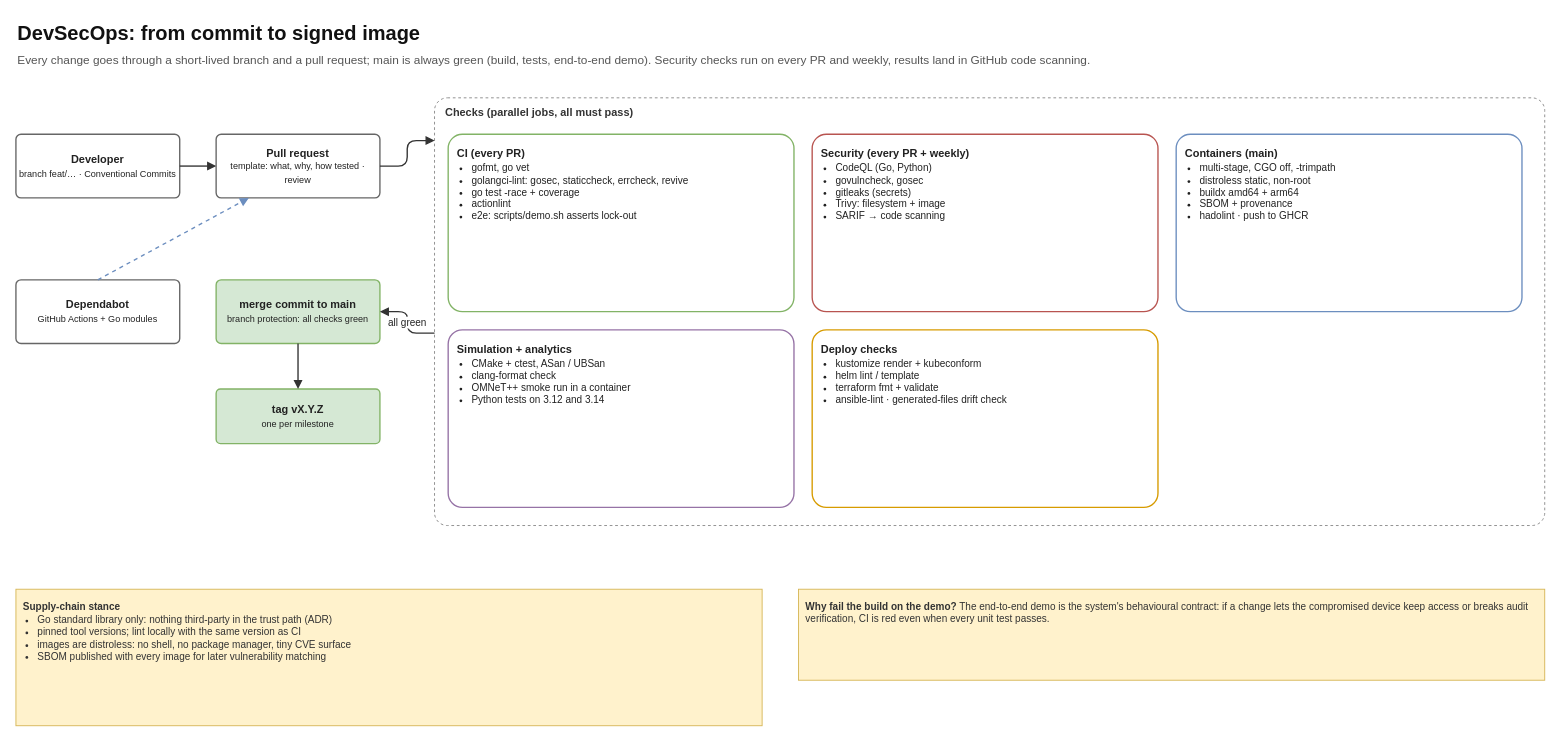
philipfleischer/zero-trust-continuum keeps this draw.io diagram as Docs/diagrams/16-devsecops-pipeline.drawio. Above is the earlier version. Source tidied: cells renumbered, new cells numbered last; positions are measured from the earlier drawing's top-left corner, leaving out a move shared by most shapes. Both pictures are drawn from the tidied source at 91%, with x=0, y=0 at pixel (15, 15).
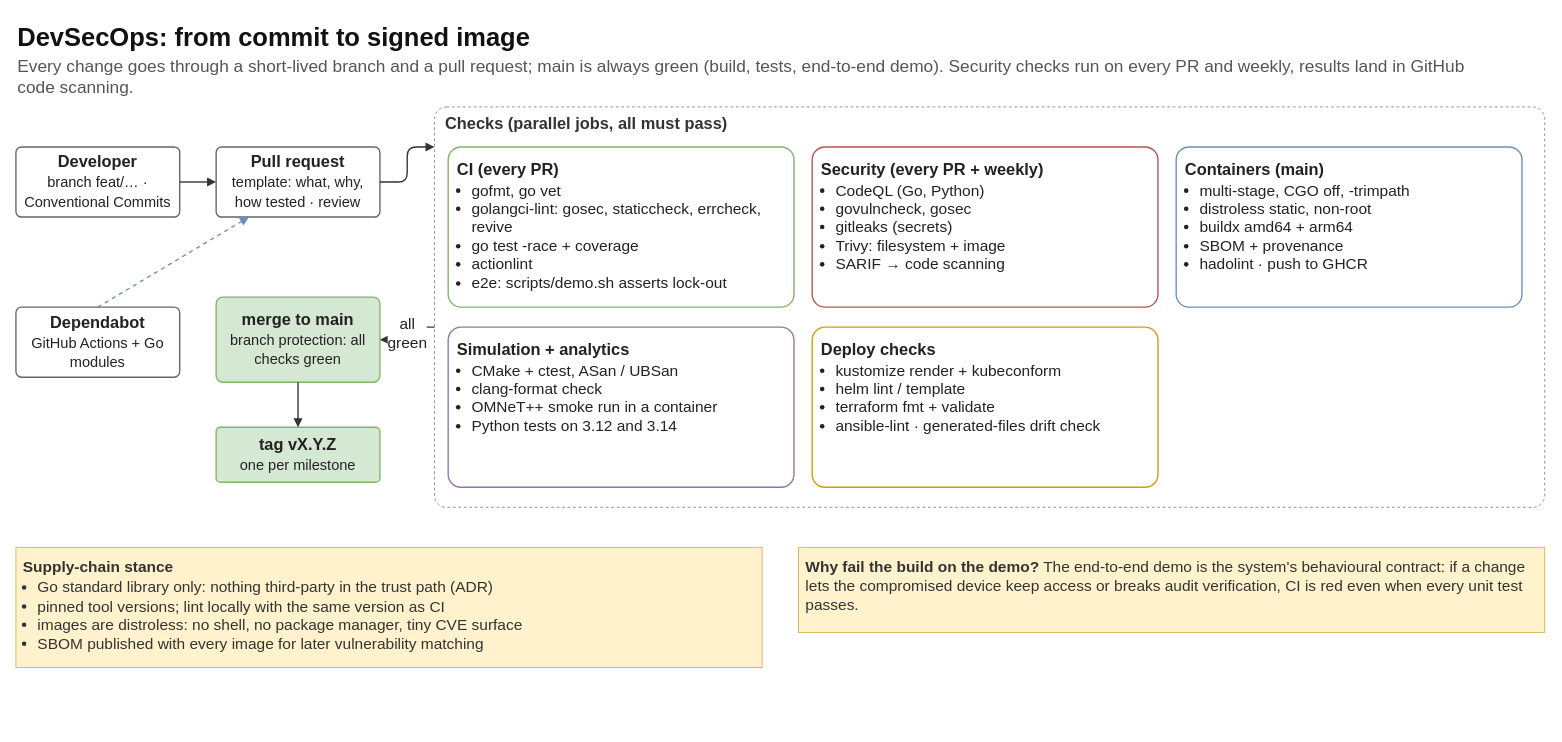
After the change.

Change to the diagram source:
```diff
@@
-    <mxCell id="2" value="DevSecOps: from commit to signed image" style="whiteSpace=wrap;html=1;fontFamily=Helvetica;text;align=left;verticalAlign=top;fontSize=22;fontStyle=1;fontColor=#111111;" parent="1" vertex="1">
-      <mxGeometry width="1600" height="32" as="geometry" />
+    <mxCell id="2" value="DevSecOps: from commit to signed image" style="whiteSpace=wrap;html=1;fontFamily=Helvetica;text;align=left;verticalAlign=top;fontSize=28;fontStyle=1;fontColor=#111111;" parent="1" vertex="1">
+      <mxGeometry y="1" width="1600" height="35.2" as="geometry" />
     </mxCell>
-    <mxCell id="3" value="Every change goes through a short-lived branch and a pull request; main is always green (build, tests, end-to-end demo). Security checks run on every PR and weekly, results land in GitHub code scanning." style="whiteSpace=wrap;html=1;fontFamily=Helvetica;text;align=left;verticalAlign=top;fontSize=13;fontColor=#555555;" parent="1" vertex="1">
-      <mxGeometry y="34" width="1600" height="34" as="geometry" />
+    <mxCell id="3" value="Every change goes through a short-lived branch and a pull request; main is always green (build, tests, end-to-end demo). Security checks run on every PR and weekly, results land in GitHub code scanning." style="whiteSpace=wrap;html=1;fontFamily=Helvetica;text;align=left;verticalAlign=top;fontSize=19;fontColor=#555555;" parent="1" vertex="1">
+      <mxGeometry y="38.4" width="1600" height="37.4" as="geometry" />
     </mxCell>
-    <mxCell id="4" value="&lt;b&gt;Developer&lt;/b&gt;&lt;br&gt;&lt;span style=&quot;font-size:10px&quot;&gt;branch feat/… · Conventional Commits&lt;/span&gt;" style="whiteSpace=wrap;html=1;fontFamily=Helvetica;rounded=1;arcSize=8;fillColor=#ffffff;strokeColor=#666666;strokeWidth=1.5;fontSize=12;fontColor=#222222;verticalAlign=middle;spacing=4;" parent="1" vertex="1">
-      <mxGeometry y="130" width="180" height="70" as="geometry" />
+    <mxCell id="4" value="&lt;b&gt;Developer&lt;/b&gt;&lt;br&gt;&lt;span style=&quot;font-size:16px&quot;&gt;branch feat/… · Conventional Commits&lt;/span&gt;" style="whiteSpace=wrap;html=1;fontFamily=Helvetica;rounded=1;arcSize=8;fillColor=#ffffff;strokeColor=#666666;strokeWidth=1.5;fontSize=18;fontColor=#222222;verticalAlign=middle;spacing=4;" parent="1" vertex="1">
+      <mxGeometry y="144" width="180" height="77" as="geometry" />
     </mxCell>
-    <mxCell id="5" value="&lt;b&gt;Pull request&lt;/b&gt;&lt;br&gt;&lt;span style=&quot;font-size:10px&quot;&gt;template: what, why, how tested · review&lt;/span&gt;" style="whiteSpace=wrap;html=1;fontFamily=Helvetica;rounded=1;arcSize=8;fillColor=#ffffff;strokeColor=#666666;strokeWidth=1.5;fontSize=12;fontColor=#222222;verticalAlign=middle;spacing=4;" parent="1" vertex="1">
-      <mxGeometry x="220" y="130" width="180" height="70" as="geometry" />
+    <mxCell id="5" value="&lt;b&gt;Pull request&lt;/b&gt;&lt;br&gt;&lt;span style=&quot;font-size:16px&quot;&gt;template: what, why, how tested · review&lt;/span&gt;" style="whiteSpace=wrap;html=1;fontFamily=Helvetica;rounded=1;arcSize=8;fillColor=#ffffff;strokeColor=#666666;strokeWidth=1.5;fontSize=18;fontColor=#222222;verticalAlign=middle;spacing=4;" parent="1" vertex="1">
+      <mxGeometry x="220" y="144" width="180" height="77" as="geometry" />
     </mxCell>
-    <mxCell id="6" style="html=1;endArrow=block;endFill=1;strokeWidth=1.5;fontSize=11;labelBackgroundColor=#ffffff;fontFamily=Helvetica;strokeColor=#333333;fontColor=#222222;" parent="1" edge="1" source="4" target="5">
+    <mxCell id="6" style="html=1;endArrow=block;endFill=1;strokeWidth=1.5;fontSize=17;labelBackgroundColor=#ffffff;fontFamily=Helvetica;strokeColor=#333333;fontColor=#222222;" parent="1" edge="1" source="4" target="5">
       <mxGeometry relative="1" as="geometry" />
     </mxCell>
-    <mxCell id="7" value="Checks (parallel jobs, all must pass)" style="whiteSpace=wrap;html=1;fontFamily=Helvetica;rounded=1;arcSize=3;fillColor=#ffffff;strokeColor=#888888;dashed=1;verticalAlign=top;align=left;spacingLeft=10;spacingTop=2;fontStyle=1;fontSize=12;fontColor=#333333;" parent="1" vertex="1">
-      <mxGeometry x="460" y="90" width="1220" height="470" as="geometry" />
+    <mxCell id="7" value="Checks (parallel jobs, all must pass)" style="whiteSpace=wrap;html=1;fontFamily=Helvetica;rounded=1;arcSize=3;fillColor=#ffffff;strokeColor=#888888;dashed=1;verticalAlign=top;align=left;spacingLeft=10;spacingTop=2;fontStyle=1;fontSize=18;fontColor=#333333;" parent="1" vertex="1">
+      <mxGeometry x="460" y="100" width="1220" height="440" as="geometry" />
     </mxCell>
-    <mxCell id="8" value="&lt;b&gt;CI (every PR)&lt;/b&gt;&lt;ul style=&quot;margin:2px 0 0 0;padding-left:16px;font-size:11px&quot;&gt;&lt;li&gt;gofmt, go vet&lt;/li&gt;&lt;li&gt;golangci-lint: gosec, staticcheck, errcheck, revive&lt;/li&gt;&lt;li&gt;go test -race + coverage&lt;/li&gt;&lt;li&gt;actionlint&lt;/li&gt;&lt;li&gt;e2e: scripts/demo.sh asserts lock-out&lt;/li&gt;&lt;/ul&gt;" style="whiteSpace=wrap;html=1;fontFamily=Helvetica;rounded=1;arcSize=8;fillColor=#ffffff;strokeColor=#82b366;strokeWidth=1.5;fontSize=12;fontColor=#222222;verticalAlign=middle;spacing=4;align=left;verticalAlign=top;spacing=10;" parent="7" vertex="1">
-      <mxGeometry x="15" y="40" width="380" height="195" as="geometry" />
+    <mxCell id="8" value="&lt;b&gt;CI (every PR)&lt;/b&gt;&lt;ul style=&quot;margin:2px 0 0 0;padding-left:16px;font-size:17px&quot;&gt;&lt;li&gt;gofmt, go vet&lt;/li&gt;&lt;li&gt;golangci-lint: gosec, staticcheck, errcheck, revive&lt;/li&gt;&lt;li&gt;go test -race + coverage&lt;/li&gt;&lt;li&gt;actionlint&lt;/li&gt;&lt;li&gt;e2e: scripts/demo.sh asserts lock-out&lt;/li&gt;&lt;/ul&gt;" style="whiteSpace=wrap;html=1;fontFamily=Helvetica;rounded=1;arcSize=8;fillColor=#ffffff;strokeColor=#82b366;strokeWidth=1.5;fontSize=18;fontColor=#222222;verticalAlign=middle;spacing=4;align=left;verticalAlign=top;spacing=10;" parent="7" vertex="1">
+      <mxGeometry x="15" y="44" width="380" height="176" as="geometry" />
     </mxCell>
-    <mxCell id="9" value="&lt;b&gt;Security (every PR + weekly)&lt;/b&gt;&lt;ul style=&quot;margin:2px 0 0 0;padding-left:16px;font-size:11px&quot;&gt;&lt;li&gt;CodeQL (Go, Python)&lt;/li&gt;&lt;li&gt;govulncheck, gosec&lt;/li&gt;&lt;li&gt;gitleaks (secrets)&lt;/li&gt;&lt;li&gt;Trivy: filesystem + image&lt;/li&gt;&lt;li&gt;SARIF → code scanning&lt;/li&gt;&lt;/ul&gt;" style="whiteSpace=wrap;html=1;fontFamily=Helvetica;rounded=1;arcSize=8;fillColor=#ffffff;strokeColor=#b85450;strokeWidth=1.5;fontSize=12;fontColor=#222222;verticalAlign=middle;spacing=4;align=left;verticalAlign=top;spacing=10;" parent="7" vertex="1">
-      <mxGeometry x="415" y="40" width="380" height="195" as="geometry" />
+    <mxCell id="9" value="&lt;b&gt;Security (every PR + weekly)&lt;/b&gt;&lt;ul style=&quot;margin:2px 0 0 0;padding-left:16px;font-size:17px&quot;&gt;&lt;li&gt;CodeQL (Go, Python)&lt;/li&gt;&lt;li&gt;govulncheck, gosec&lt;/li&gt;&lt;li&gt;gitleaks (secrets)&lt;/li&gt;&lt;li&gt;Trivy: filesystem + image&lt;/li&gt;&lt;li&gt;SARIF → code scanning&lt;/li&gt;&lt;/ul&gt;" style="whiteSpace=wrap;html=1;fontFamily=Helvetica;rounded=1;arcSize=8;fillColor=#ffffff;strokeColor=#b85450;strokeWidth=1.5;fontSize=18;fontColor=#222222;verticalAlign=middle;spacing=4;align=left;verticalAlign=top;spacing=10;" parent="7" vertex="1">
+      <mxGeometry x="415" y="44" width="380" height="176" as="geometry" />
     </mxCell>
-    <mxCell id="10" value="&lt;b&gt;Containers (main)&lt;/b&gt;&lt;ul style=&quot;margin:2px 0 0 0;padding-left:16px;font-size:11px&quot;&gt;&lt;li&gt;multi-stage, CGO off, -trimpath&lt;/li&gt;&lt;li&gt;distroless static, non-root&lt;/li&gt;&lt;li&gt;buildx amd64 + arm64&lt;/li&gt;&lt;li&gt;SBOM + provenance&lt;/li&gt;&lt;li&gt;hadolint · push to GHCR&lt;/li&gt;&lt;/ul&gt;" style="whiteSpace=wrap;html=1;fontFamily=Helvetica;rounded=1;arcSize=8;fillColor=#ffffff;strokeColor=#6c8ebf;strokeWidth=1.5;fontSize=12;fontColor=#222222;verticalAlign=middle;spacing=4;align=left;verticalAlign=top;spacing=10;" parent="7" vertex="1">
-      <mxGeometry x="815" y="40" width="380" height="195" as="geometry" />
+    <mxCell id="10" value="&lt;b&gt;Containers (main)&lt;/b&gt;&lt;ul style=&quot;margin:2px 0 0 0;padding-left:16px;font-size:17px&quot;&gt;&lt;li&gt;multi-stage, CGO off, -trimpath&lt;/li&gt;&lt;li&gt;distroless static, non-root&lt;/li&gt;&lt;li&gt;buildx amd64 + arm64&lt;/li&gt;&lt;li&gt;SBOM + provenance&lt;/li&gt;&lt;li&gt;hadolint · push to GHCR&lt;/li&gt;&lt;/ul&gt;" style="whiteSpace=wrap;html=1;fontFamily=Helvetica;rounded=1;arcSize=8;fillColor=#ffffff;strokeColor=#6c8ebf;strokeWidth=1.5;fontSize=18;fontColor=#222222;verticalAlign=middle;spacing=4;align=left;verticalAlign=top;spacing=10;" parent="7" vertex="1">
+      <mxGeometry x="815" y="44" width="380" height="176" as="geometry" />
     </mxCell>
-    <mxCell id="11" value="&lt;b&gt;Simulation + analytics&lt;/b&gt;&lt;ul style=&quot;margin:2px 0 0 0;padding-left:16px;font-size:11px&quot;&gt;&lt;li&gt;CMake + ctest, ASan / UBSan&lt;/li&gt;&lt;li&gt;clang-format check&lt;/li&gt;&lt;li&gt;OMNeT++ smoke run in a container&lt;/li&gt;&lt;li&gt;Python tests on 3.12 and 3.14&lt;/li&gt;&lt;/ul&gt;" style="whiteSpace=wrap;html=1;fontFamily=Helvetica;rounded=1;arcSize=8;fillColor=#ffffff;strokeColor=#9673a6;strokeWidth=1.5;fontSize=12;fontColor=#222222;verticalAlign=middle;spacing=4;align=left;verticalAlign=top;spacing=10;" parent="7" vertex="1">
-      <mxGeometry x="15" y="255" width="380" height="195" as="geometry" />
+    <mxCell id="11" value="&lt;b&gt;Simulation + analytics&lt;/b&gt;&lt;ul style=&quot;margin:2px 0 0 0;padding-left:16px;font-size:17px&quot;&gt;&lt;li&gt;CMake + ctest, ASan / UBSan&lt;/li&gt;&lt;li&gt;clang-format check&lt;/li&gt;&lt;li&gt;OMNeT++ smoke run in a container&lt;/li&gt;&lt;li&gt;Python tests on 3.12 and 3.14&lt;/li&gt;&lt;/ul&gt;" style="whiteSpace=wrap;html=1;fontFamily=Helvetica;rounded=1;arcSize=8;fillColor=#ffffff;strokeColor=#9673a6;strokeWidth=1.5;fontSize=18;fontColor=#222222;verticalAlign=middle;spacing=4;align=left;verticalAlign=top;spacing=10;" parent="7" vertex="1">
+      <mxGeometry x="15" y="242" width="380" height="176" as="geometry" />
     </mxCell>
-    <mxCell id="12" value="&lt;b&gt;Deploy checks&lt;/b&gt;&lt;ul style=&quot;margin:2px 0 0 0;padding-left:16px;font-size:11px&quot;&gt;&lt;li&gt;kustomize render + kubeconform&lt;/li&gt;&lt;li&gt;helm lint / template&lt;/li&gt;&lt;li&gt;terraform fmt + validate&lt;/li&gt;&lt;li&gt;ansible-lint · generated-files drift check&lt;/li&gt;&lt;/ul&gt;" style="whiteSpace=wrap;html=1;fontFamily=Helvetica;rounded=1;arcSize=8;fillColor=#ffffff;strokeColor=#d79b00;strokeWidth=1.5;fontSize=12;fontColor=#222222;verticalAlign=middle;spacing=4;align=left;verticalAlign=top;spacing=10;" parent="7" vertex="1">
-      <mxGeometry x="415" y="255" width="380" height="195" as="geometry" />
+    <mxCell id="12" value="&lt;b&gt;Deploy checks&lt;/b&gt;&lt;ul style=&quot;margin:2px 0 0 0;padding-left:16px;font-size:17px&quot;&gt;&lt;li&gt;kustomize render + kubeconform&lt;/li&gt;&lt;li&gt;helm lint / template&lt;/li&gt;&lt;li&gt;terraform fmt + validate&lt;/li&gt;&lt;li&gt;ansible-lint · generated-files drift check&lt;/li&gt;&lt;/ul&gt;" style="whiteSpace=wrap;html=1;fontFamily=Helvetica;rounded=1;arcSize=8;fillColor=#ffffff;strokeColor=#d79b00;strokeWidth=1.5;fontSize=18;fontColor=#222222;verticalAlign=middle;spacing=4;align=left;verticalAlign=top;spacing=10;" parent="7" vertex="1">
+      <mxGeometry x="415" y="242" width="380" height="176" as="geometry" />
     </mxCell>
-    <mxCell id="13" style="edgeStyle=orthogonalEdgeStyle;rounded=1;jettySize=auto;html=1;endArrow=block;endFill=1;strokeWidth=1.5;fontSize=11;labelBackgroundColor=#ffffff;fontFamily=Helvetica;strokeColor=#333333;fontColor=#222222;exitX=1;exitY=0.5;exitDx=0;exitDy=0;entryX=0;entryY=0.1;entryDx=0;entryDy=0;" parent="1" edge="1" source="5" target="7">
+    <mxCell id="13" style="edgeStyle=orthogonalEdgeStyle;rounded=1;jettySize=auto;html=1;endArrow=block;endFill=1;strokeWidth=1.5;fontSize=17;labelBackgroundColor=#ffffff;fontFamily=Helvetica;strokeColor=#333333;fontColor=#222222;exitX=1;exitY=0.5;exitDx=0;exitDy=0;entryX=0;entryY=0.1;entryDx=0;entryDy=0;" parent="1" edge="1" source="5" target="7">
       <mxGeometry relative="1" as="geometry" />
     </mxCell>
-    <mxCell id="14" value="&lt;b&gt;merge commit to main&lt;/b&gt;&lt;br&gt;&lt;span style=&quot;font-size:10px&quot;&gt;branch protection: all checks green&lt;/span&gt;" style="whiteSpace=wrap;html=1;fontFamily=Helvetica;rounded=1;arcSize=8;fillColor=#d5e8d4;strokeColor=#82b366;strokeWidth=1.5;fontSize=12;fontColor=#222222;spacing=4;" parent="1" vertex="1">
-      <mxGeometry x="220" y="290" width="180" height="70" as="geometry" />
+    <mxCell id="14" value="&lt;b&gt;merge to main&lt;/b&gt;&lt;br&gt;&lt;span style=&quot;font-size:16px&quot;&gt;branch protection: all checks green&lt;/span&gt;" style="whiteSpace=wrap;html=1;fontFamily=Helvetica;rounded=1;arcSize=8;fillColor=#d5e8d4;strokeColor=#82b366;strokeWidth=1.5;fontSize=18;fontColor=#222222;spacing=4;" parent="1" vertex="1">
+      <mxGeometry x="220" y="309" width="180" height="93.5" as="geometry" />
     </mxCell>
-    <mxCell id="15" value="&lt;b&gt;tag vX.Y.Z&lt;/b&gt;&lt;br&gt;&lt;span style=&quot;font-size:10px&quot;&gt;one per milestone&lt;/span&gt;" style="whiteSpace=wrap;html=1;fontFamily=Helvetica;rounded=1;arcSize=8;fillColor=#d5e8d4;strokeColor=#82b366;strokeWidth=1.5;fontSize=12;fontColor=#222222;spacing=4;" parent="1" vertex="1">
-      <mxGeometry x="220" y="410" width="180" height="60" as="geometry" />
+    <mxCell id="15" value="&lt;b&gt;tag vX.Y.Z&lt;/b&gt;&lt;br&gt;&lt;span style=&quot;font-size:16px&quot;&gt;one per milestone&lt;/span&gt;" style="whiteSpace=wrap;html=1;fontFamily=Helvetica;rounded=1;arcSize=8;fillColor=#d5e8d4;strokeColor=#82b366;strokeWidth=1.5;fontSize=18;fontColor=#222222;spacing=4;" parent="1" vertex="1">
+      <mxGeometry x="220" y="452" width="180" height="60.5" as="geometry" />
     </mxCell>
-    <mxCell id="16" value="all green" style="edgeStyle=orthogonalEdgeStyle;rounded=1;jettySize=auto;html=1;endArrow=block;endFill=1;strokeWidth=1.5;fontSize=11;labelBackgroundColor=#ffffff;fontFamily=Helvetica;strokeColor=#333333;fontColor=#222222;exitX=0;exitY=0.55;exitDx=0;exitDy=0;entryX=1;entryY=0.5;entryDx=0;entryDy=0;" parent="1" edge="1" source="7" target="14">
+    <mxCell id="16" value="all&lt;br&gt;green" style="edgeStyle=orthogonalEdgeStyle;rounded=1;jettySize=auto;html=1;endArrow=block;endFill=1;strokeWidth=1.5;fontSize=17;labelBackgroundColor=#ffffff;fontFamily=Helvetica;strokeColor=#333333;fontColor=#222222;exitX=0;exitY=0.55;exitDx=0;exitDy=0;entryX=1;entryY=0.5;entryDx=0;entryDy=0;" parent="1" edge="1" source="7" target="14">
       <mxGeometry relative="1" as="geometry" />
     </mxCell>
-    <mxCell id="17" style="html=1;endArrow=block;endFill=1;strokeWidth=1.5;fontSize=11;labelBackgroundColor=#ffffff;fontFamily=Helvetica;strokeColor=#333333;fontColor=#222222;" parent="1" edge="1" source="14" target="15">
+    <mxCell id="17" style="html=1;endArrow=block;endFill=1;strokeWidth=1.5;fontSize=17;labelBackgroundColor=#ffffff;fontFamily=Helvetica;strokeColor=#333333;fontColor=#222222;" parent="1" edge="1" source="14" target="15">
       <mxGeometry relative="1" as="geometry" />
     </mxCell>
-    <mxCell id="18" value="&lt;b&gt;Dependabot&lt;/b&gt;&lt;br&gt;&lt;span style=&quot;font-size:10px&quot;&gt;GitHub Actions + Go modules&lt;/span&gt;" style="whiteSpace=wrap;html=1;fontFamily=Helvetica;rounded=1;arcSize=8;fillColor=#ffffff;strokeColor=#666666;strokeWidth=1.5;fontSize=12;fontColor=#222222;verticalAlign=middle;spacing=4;" parent="1" vertex="1">
-      <mxGeometry y="290" width="180" height="70" as="geometry" />
+    <mxCell id="18" value="&lt;b&gt;Dependabot&lt;/b&gt;&lt;br&gt;&lt;span style=&quot;font-size:16px&quot;&gt;GitHub Actions + Go modules&lt;/span&gt;" style="whiteSpace=wrap;html=1;fontFamily=Helvetica;rounded=1;arcSize=8;fillColor=#ffffff;strokeColor=#666666;strokeWidth=1.5;fontSize=18;fontColor=#222222;verticalAlign=middle;spacing=4;" parent="1" vertex="1">
+      <mxGeometry y="320" width="180" height="77" as="geometry" />
     </mxCell>
-    <mxCell id="19" style="html=1;endArrow=block;endFill=1;strokeWidth=1.5;fontSize=11;labelBackgroundColor=#ffffff;fontFamily=Helvetica;strokeColor=#6c8ebf;fontColor=#1f3a5f;dashed=1;exitX=0.5;exitY=0;exitDx=0;exitDy=0;entryX=0.2;entryY=1;entryDx=0;entryDy=0;" parent="1" edge="1" source="18" target="5">
+    <mxCell id="19" style="html=1;endArrow=block;endFill=1;strokeWidth=1.5;fontSize=17;labelBackgroundColor=#ffffff;fontFamily=Helvetica;strokeColor=#6c8ebf;fontColor=#1f3a5f;dashed=1;exitX=0.5;exitY=0;exitDx=0;exitDy=0;entryX=0.2;entryY=1;entryDx=0;entryDy=0;" parent="1" edge="1" source="18" target="5">
       <mxGeometry relative="1" as="geometry" />
     </mxCell>
-    <mxCell id="20" value="&lt;b&gt;Supply-chain stance&lt;/b&gt;&lt;ul style=&quot;margin:2px 0 0 0;padding-left:16px;font-size:11px&quot;&gt;&lt;li&gt;Go standard library only: nothing third-party in the trust path (ADR)&lt;/li&gt;&lt;li&gt;pinned tool versions; lint locally with the same version as CI&lt;/li&gt;&lt;li&gt;images are distroless: no shell, no package manager, tiny CVE surface&lt;/li&gt;&lt;li&gt;SBOM published with every image for later vulnerability matching&lt;/li&gt;&lt;/ul&gt;" style="whiteSpace=wrap;html=1;fontFamily=Helvetica;rounded=0;fillColor=#fff2cc;strokeColor=#d6b656;align=left;verticalAlign=top;spacing=8;fontSize=11;fontColor=#333333;" parent="1" vertex="1">
-      <mxGeometry y="630" width="820" height="150" as="geometry" />
+    <mxCell id="20" value="&lt;b&gt;Supply-chain stance&lt;/b&gt;&lt;ul style=&quot;margin:2px 0 0 0;padding-left:16px;font-size:17px&quot;&gt;&lt;li&gt;Go standard library only: nothing third-party in the trust path (ADR)&lt;/li&gt;&lt;li&gt;pinned tool versions; lint locally with the same version as CI&lt;/li&gt;&lt;li&gt;images are distroless: no shell, no package manager, tiny CVE surface&lt;/li&gt;&lt;li&gt;SBOM published with every image for later vulnerability matching&lt;/li&gt;&lt;/ul&gt;" style="whiteSpace=wrap;html=1;fontFamily=Helvetica;rounded=0;fillColor=#fff2cc;strokeColor=#d6b656;align=left;verticalAlign=top;spacing=8;fontSize=17;fontColor=#333333;" parent="1" vertex="1">
+      <mxGeometry y="584" width="820" height="132" as="geometry" />
     </mxCell>
-    <mxCell id="21" value="&lt;b&gt;Why fail the build on the demo?&lt;/b&gt; The end-to-end demo is the system's behavioural contract: if a change lets the compromised device keep access or breaks audit verification, CI is red even when every unit test passes." style="whiteSpace=wrap;html=1;fontFamily=Helvetica;rounded=0;fillColor=#fff2cc;strokeColor=#d6b656;align=left;verticalAlign=top;spacing=8;fontSize=11;fontColor=#333333;" parent="1" vertex="1">
-      <mxGeometry x="860" y="630" width="820" height="100" as="geometry" />
+    <mxCell id="21" value="&lt;b&gt;Why fail the build on the demo?&lt;/b&gt; The end-to-end demo is the system's behavioural contract: if a change lets the compromised device keep access or breaks audit verification, CI is red even when every unit test passes." style="whiteSpace=wrap;html=1;fontFamily=Helvetica;rounded=0;fillColor=#fff2cc;strokeColor=#d6b656;align=left;verticalAlign=top;spacing=8;fontSize=17;fontColor=#333333;" parent="1" vertex="1">
+      <mxGeometry x="860" y="584" width="820" height="93.5" as="geometry" />
     </mxCell>
```
